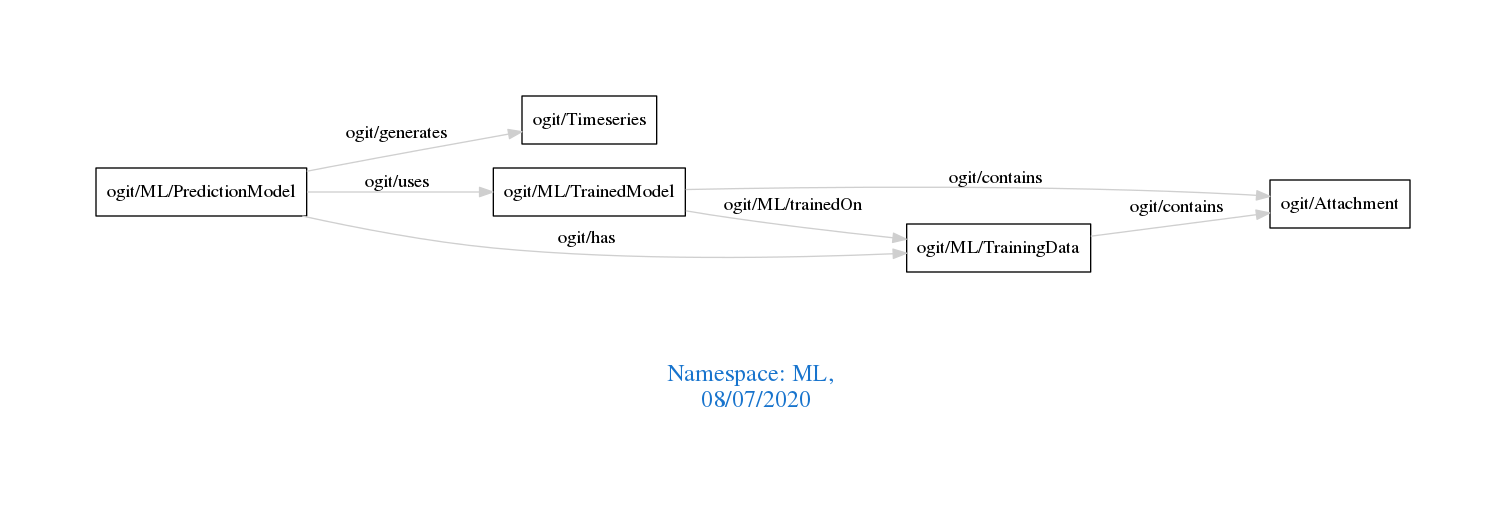
Earlier version of the Graphviz export downloads/ML.png (arago/OGIT). Its source is kept beside it as downloads/ML.dot.
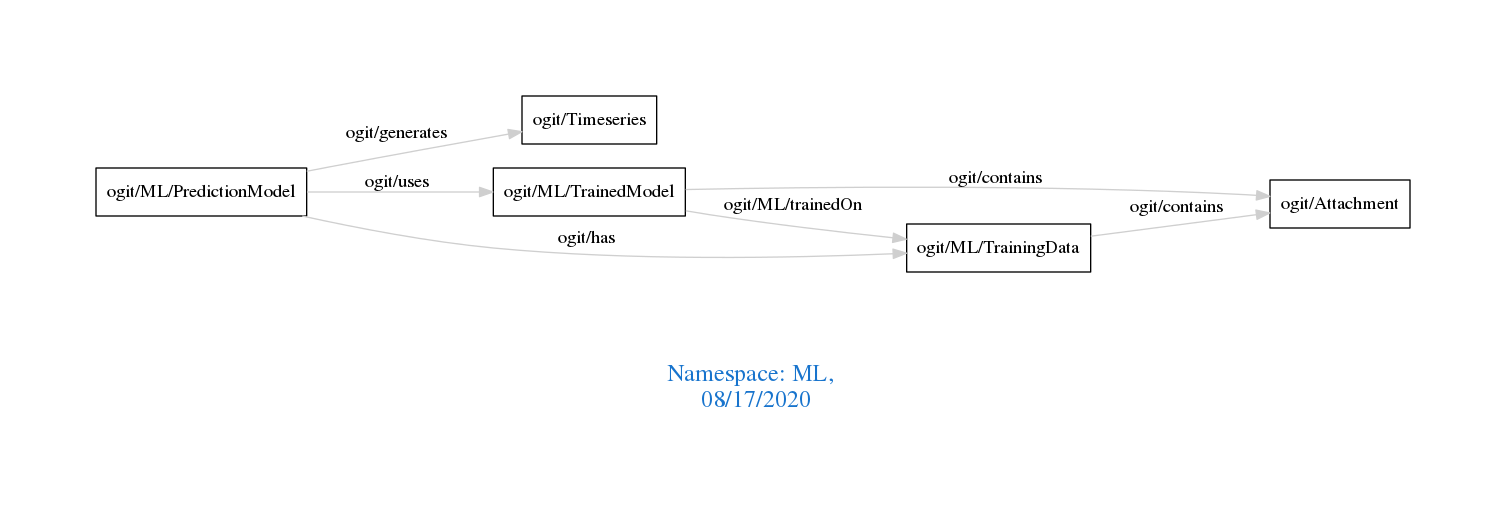
The same file after the commit.

The edit, as a diff of the source:
```diff
@@ -1,7 +1,7 @@
 digraph OGIT_ontology {
  graph [ rankdir= LR,pad=1
 fontsize = 18,
-fontcolor= dodgerblue3,label = "\n\n\nNamespace: ML, \n 08/07/2020"];
+fontcolor= dodgerblue3,label = "\n\n\nNamespace: ML, \n 08/17/2020"];
 node[shape=polygon];
 edge [  color="gray81"];
 
```
